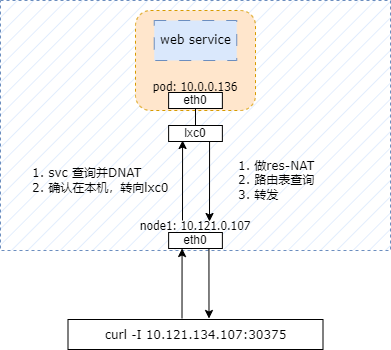
Above: images/same-node.drawio.png in wang-zb/wangzb (draw.io), before the change. Source tidied: cells renumbered, new cells last; positions are measured from the earlier drawing's top-left corner, leaving out a move shared by most shapes.
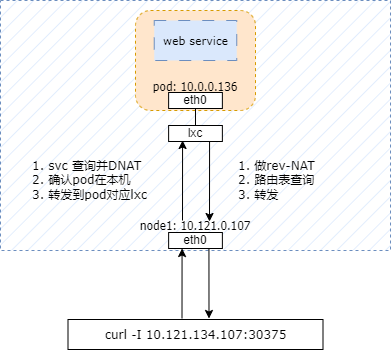
The same file after the commit.

The edit, as a diff of the source:
```diff
@@ -24,7 +24,7 @@
         <mxPoint x="208.5" y="318" as="targetPoint" />
       </mxGeometry>
     </mxCell>
-    <mxCell id="8" value="lxc0" style="rounded=0;whiteSpace=wrap;html=1;" parent="1" vertex="1">
+    <mxCell id="8" value="lxc" style="rounded=0;whiteSpace=wrap;html=1;" parent="1" vertex="1">
       <mxGeometry x="168.1" y="125" width="53.8" height="16" as="geometry" />
     </mxCell>
     <mxCell id="9" value="eth0" style="rounded=0;whiteSpace=wrap;html=1;" parent="1" vertex="1">
@@ -36,10 +36,10 @@
     <mxCell id="11" value="web service" style="rounded=0;whiteSpace=wrap;html=1;fontFamily=Verdana;fontSize=11;fillColor=#dae8fc;strokeColor=#6c8ebf;dashed=1;dashPattern=12 12;" parent="1" vertex="1">
       <mxGeometry x="153.7" y="20" width="82.5" height="40" as="geometry" />
     </mxCell>
-    <mxCell id="12" value="1. svc 查询并DNAT&lt;br&gt;&lt;div style=&quot;&quot;&gt;&lt;span style=&quot;background-color: initial;&quot;&gt;2. 确认在本机，转向lxc0&lt;/span&gt;&lt;/div&gt;" style="text;html=1;align=left;verticalAlign=middle;strokeColor=none;fillColor=none;fontSize=12;fontFamily=Verdana;" parent="1" vertex="1">
-      <mxGeometry x="30" y="160" width="160" height="40" as="geometry" />
+    <mxCell id="12" value="1. svc 查询并DNAT&lt;br&gt;&lt;div style=&quot;&quot;&gt;&lt;span style=&quot;background-color: initial;&quot;&gt;2. 确认pod在本机&lt;/span&gt;&lt;/div&gt;&lt;div style=&quot;&quot;&gt;&lt;span style=&quot;background-color: initial;&quot;&gt;3. 转发到pod对应lxc&lt;/span&gt;&lt;/div&gt;" style="text;html=1;align=left;verticalAlign=middle;strokeColor=none;fillColor=none;fontSize=12;fontFamily=Verdana;" parent="1" vertex="1">
+      <mxGeometry x="30" y="150" width="140" height="60" as="geometry" />
     </mxCell>
-    <mxCell id="13" value="1. 做res-NAT&lt;br&gt;&lt;div style=&quot;&quot;&gt;&lt;span style=&quot;background-color: initial;&quot;&gt;2. 路由表查询&lt;/span&gt;&lt;/div&gt;&lt;div style=&quot;&quot;&gt;&lt;span style=&quot;background-color: initial;&quot;&gt;3. 转发&lt;/span&gt;&lt;/div&gt;" style="text;html=1;align=left;verticalAlign=middle;strokeColor=none;fillColor=none;fontSize=12;fontFamily=Verdana;" parent="1" vertex="1">
+    <mxCell id="13" value="1. 做rev-NAT&lt;br&gt;&lt;div style=&quot;&quot;&gt;&lt;span style=&quot;background-color: initial;&quot;&gt;2. 路由表查询&lt;/span&gt;&lt;/div&gt;&lt;div style=&quot;&quot;&gt;&lt;span style=&quot;background-color: initial;&quot;&gt;3. 转发&lt;/span&gt;&lt;/div&gt;" style="text;html=1;align=left;verticalAlign=middle;strokeColor=none;fillColor=none;fontSize=12;fontFamily=Verdana;" parent="1" vertex="1">
       <mxGeometry x="236.2" y="150" width="100" height="60" as="geometry" />
     </mxCell>
     <mxCell id="14" style="endArrow=classic;html=1;rounded=0;fontFamily=Verdana;fontSize=14;entryX=0.25;entryY=1;entryDx=0;entryDy=0;" parent="1" edge="1">
```
